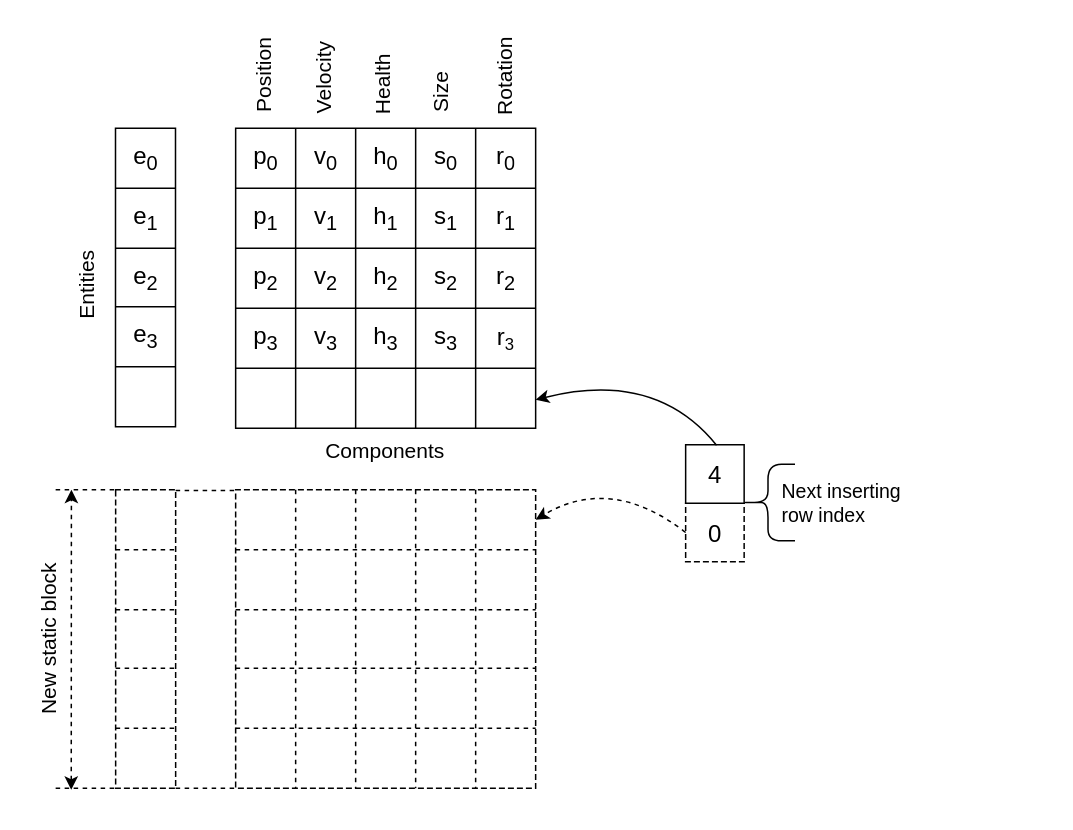
Above: docs/static.drawio in helioscout/moecs (draw.io), before the change. Source tidied: cells renumbered, new cells numbered last; positions are measured from the earlier drawing's top-left corner, leaving out a move shared by most shapes. Both pictures are drawn from the tidied source at 150%, with x=0, y=0 at pixel (-50, 48).
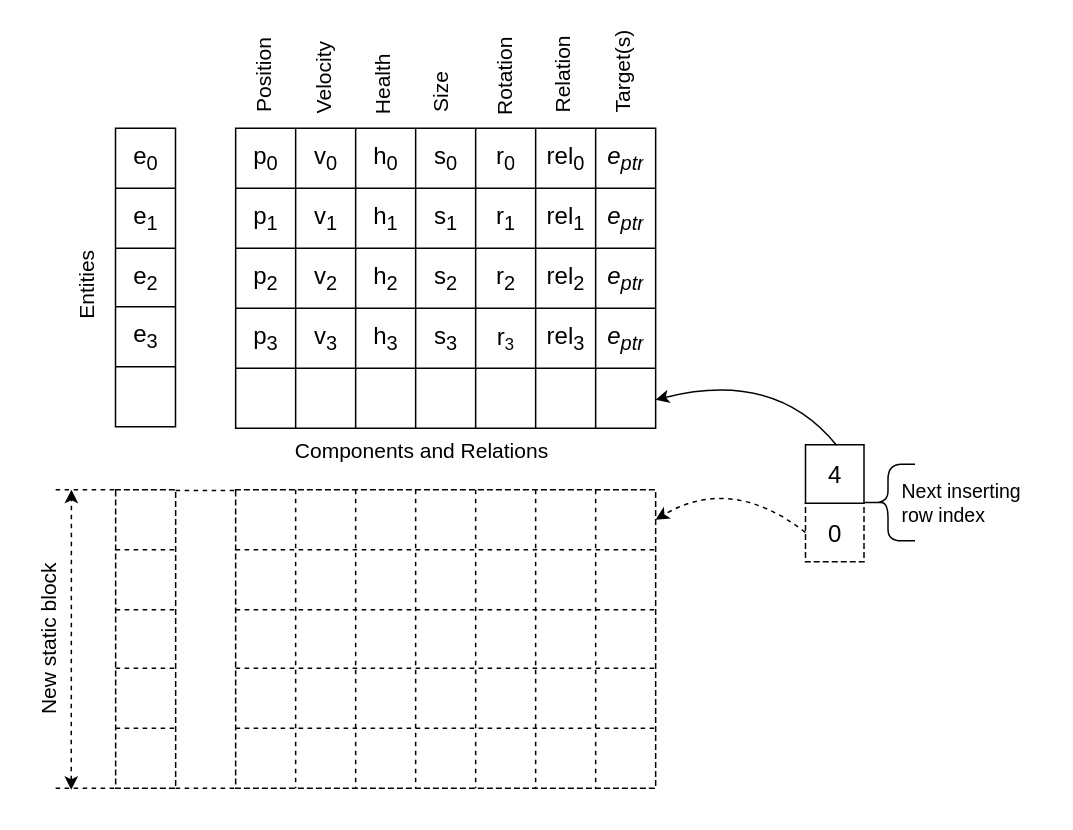
The same diagram, later.

Commit message (it also covers changes not shown here):
Memory diagrams updated to relations.

The change refers to these unchanged cells:
```xml
<mxCell id="100" style="shape=tableRow;horizontal=0;startSize=0;swimlaneHead=0;swimlaneBody=0;strokeColor=inherit;top=0;left=0;bottom=0;right=0;fillColor=none;points=[[0,0.5],[1,0.5]];portConstraint=eastwest;fontSize=16;" parent="99" vertex="1">
  <mxGeometry width="39" height="39" as="geometry" />
</mxCell>
```

Change to the diagram source:
```diff
@@
     <mxCell id="13" style="shape=table;startSize=0;childLayout=tableLayout;fontSize=16;" parent="1" vertex="1">
-      <mxGeometry x="189.6" y="53" width="200" height="200" as="geometry" />
+      <mxGeometry x="189.6" y="53" width="280" height="200" as="geometry" />
     </mxCell>
     <mxCell id="14" style="shape=tableRow;horizontal=0;startSize=0;swimlaneHead=0;swimlaneBody=0;strokeColor=inherit;top=0;left=0;bottom=0;right=0;fillColor=none;fontSize=16;" parent="13" vertex="1">
-      <mxGeometry width="200" height="40" as="geometry" />
+      <mxGeometry width="280" height="40" as="geometry" />
     </mxCell>
@@
+    <mxCell id="109" value="rel&lt;sub&gt;0&lt;/sub&gt;" style="shape=partialRectangle;html=1;whiteSpace=wrap;strokeColor=inherit;overflow=hidden;fillColor=none;top=0;left=0;bottom=0;right=0;fontSize=16;" parent="14" vertex="1">
+      <mxGeometry x="200" width="40" height="40" as="geometry" />
+    </mxCell>
+    <mxCell id="110" value="&lt;i&gt;e&lt;sub&gt;ptr&lt;/sub&gt;&lt;/i&gt;" style="shape=partialRectangle;html=1;whiteSpace=wrap;strokeColor=inherit;overflow=hidden;fillColor=none;top=0;left=0;bottom=0;right=0;fontSize=16;" parent="14" vertex="1">
+      <mxGeometry x="240" width="40" height="40" as="geometry" />
+    </mxCell>
     <mxCell id="20" style="shape=tableRow;horizontal=0;startSize=0;swimlaneHead=0;swimlaneBody=0;strokeColor=inherit;top=0;left=0;bottom=0;right=0;fillColor=none;fontSize=16;" parent="13" vertex="1">
-      <mxGeometry y="40" width="200" height="40" as="geometry" />
+      <mxGeometry y="40" width="280" height="40" as="geometry" />
     </mxCell>
@@
+    <mxCell id="111" value="rel&lt;sub&gt;1&lt;/sub&gt;" style="shape=partialRectangle;html=1;whiteSpace=wrap;strokeColor=inherit;overflow=hidden;fillColor=none;top=0;left=0;bottom=0;right=0;fontSize=16;" parent="20" vertex="1">
+      <mxGeometry x="200" width="40" height="40" as="geometry" />
+    </mxCell>
+    <mxCell id="112" value="&lt;i&gt;e&lt;sub&gt;ptr&lt;/sub&gt;&lt;/i&gt;" style="shape=partialRectangle;html=1;whiteSpace=wrap;strokeColor=inherit;overflow=hidden;fillColor=none;top=0;left=0;bottom=0;right=0;fontSize=16;" parent="20" vertex="1">
+      <mxGeometry x="240" width="40" height="40" as="geometry" />
+    </mxCell>
     <mxCell id="26" style="shape=tableRow;horizontal=0;startSize=0;swimlaneHead=0;swimlaneBody=0;strokeColor=inherit;top=0;left=0;bottom=0;right=0;fillColor=none;fontSize=16;" parent="13" vertex="1">
-      <mxGeometry y="80" width="200" height="40" as="geometry" />
+      <mxGeometry y="80" width="280" height="40" as="geometry" />
     </mxCell>
@@
+    <mxCell id="113" value="rel&lt;sub&gt;2&lt;/sub&gt;" style="shape=partialRectangle;html=1;whiteSpace=wrap;strokeColor=inherit;overflow=hidden;fillColor=none;top=0;left=0;bottom=0;right=0;fontSize=16;" parent="26" vertex="1">
+      <mxGeometry x="200" width="40" height="40" as="geometry" />
+    </mxCell>
+    <mxCell id="114" value="&lt;i&gt;e&lt;sub&gt;ptr&lt;/sub&gt;&lt;/i&gt;" style="shape=partialRectangle;html=1;whiteSpace=wrap;strokeColor=inherit;overflow=hidden;fillColor=none;top=0;left=0;bottom=0;right=0;fontSize=16;" parent="26" vertex="1">
+      <mxGeometry x="240" width="40" height="40" as="geometry" />
+    </mxCell>
     <mxCell id="32" style="shape=tableRow;horizontal=0;startSize=0;swimlaneHead=0;swimlaneBody=0;strokeColor=inherit;top=0;left=0;bottom=0;right=0;fillColor=none;fontSize=16;" parent="13" vertex="1">
-      <mxGeometry y="120" width="200" height="40" as="geometry" />
+      <mxGeometry y="120" width="280" height="40" as="geometry" />
     </mxCell>
@@
+    <mxCell id="115" value="rel&lt;sub&gt;3&lt;/sub&gt;" style="shape=partialRectangle;html=1;whiteSpace=wrap;strokeColor=inherit;overflow=hidden;fillColor=none;top=0;left=0;bottom=0;right=0;fontSize=16;" parent="32" vertex="1">
+      <mxGeometry x="200" width="40" height="40" as="geometry" />
+    </mxCell>
+    <mxCell id="116" value="&lt;i&gt;e&lt;sub&gt;ptr&lt;/sub&gt;&lt;/i&gt;" style="shape=partialRectangle;html=1;whiteSpace=wrap;strokeColor=inherit;overflow=hidden;fillColor=none;top=0;left=0;bottom=0;right=0;fontSize=16;" parent="32" vertex="1">
+      <mxGeometry x="240" width="40" height="40" as="geometry" />
+    </mxCell>
     <mxCell id="38" style="shape=tableRow;horizontal=0;startSize=0;swimlaneHead=0;swimlaneBody=0;strokeColor=inherit;top=0;left=0;bottom=0;right=0;fillColor=none;fontSize=16;" parent="13" vertex="1">
-      <mxGeometry y="160" width="200" height="40" as="geometry" />
+      <mxGeometry y="160" width="280" height="40" as="geometry" />
     </mxCell>
@@
+    <mxCell id="117" style="shape=partialRectangle;html=1;whiteSpace=wrap;strokeColor=inherit;overflow=hidden;fillColor=none;top=0;left=0;bottom=0;right=0;fontSize=16;" parent="38" vertex="1">
+      <mxGeometry x="200" width="40" height="40" as="geometry" />
+    </mxCell>
+    <mxCell id="118" style="shape=partialRectangle;html=1;whiteSpace=wrap;strokeColor=inherit;overflow=hidden;fillColor=none;top=0;left=0;bottom=0;right=0;fontSize=16;" parent="38" vertex="1">
+      <mxGeometry x="240" width="40" height="40" as="geometry" />
+    </mxCell>
@@
     <mxCell id="60" style="shape=table;startSize=0;childLayout=tableLayout;fontSize=16;dashed=1;" parent="1" vertex="1">
-      <mxGeometry x="189.6" y="294" width="200" height="199" as="geometry" />
+      <mxGeometry x="189.6" y="294" width="280" height="199" as="geometry" />
     </mxCell>
     <mxCell id="61" style="shape=tableRow;horizontal=0;startSize=0;swimlaneHead=0;swimlaneBody=0;strokeColor=inherit;top=0;left=0;bottom=0;right=0;fillColor=none;points=[[0,0.5],[1,0.5]];portConstraint=eastwest;fontSize=16;" parent="60" vertex="1">
-      <mxGeometry width="200" height="40" as="geometry" />
+      <mxGeometry width="280" height="40" as="geometry" />
     </mxCell>
@@
+    <mxCell id="119" style="shape=partialRectangle;html=1;whiteSpace=wrap;strokeColor=inherit;overflow=hidden;fillColor=none;top=0;left=0;bottom=0;right=0;fontSize=16;" parent="61" vertex="1">
+      <mxGeometry x="200" width="40" height="40" as="geometry" />
+    </mxCell>
+    <mxCell id="120" style="shape=partialRectangle;html=1;whiteSpace=wrap;strokeColor=inherit;overflow=hidden;fillColor=none;top=0;left=0;bottom=0;right=0;fontSize=16;" parent="61" vertex="1">
+      <mxGeometry x="240" width="40" height="40" as="geometry" />
+    </mxCell>
     <mxCell id="67" style="shape=tableRow;horizontal=0;startSize=0;swimlaneHead=0;swimlaneBody=0;strokeColor=inherit;top=0;left=0;bottom=0;right=0;fillColor=none;fontSize=16;" parent="60" vertex="1">
-      <mxGeometry y="40" width="200" height="40" as="geometry" />
+      <mxGeometry y="40" width="280" height="40" as="geometry" />
     </mxCell>
@@
+    <mxCell id="121" style="shape=partialRectangle;html=1;whiteSpace=wrap;strokeColor=inherit;overflow=hidden;fillColor=none;top=0;left=0;bottom=0;right=0;fontSize=16;" parent="67" vertex="1">
+      <mxGeometry x="200" width="40" height="40" as="geometry" />
+    </mxCell>
+    <mxCell id="122" style="shape=partialRectangle;html=1;whiteSpace=wrap;strokeColor=inherit;overflow=hidden;fillColor=none;top=0;left=0;bottom=0;right=0;fontSize=16;" parent="67" vertex="1">
+      <mxGeometry x="240" width="40" height="40" as="geometry" />
+    </mxCell>
     <mxCell id="73" style="shape=tableRow;horizontal=0;startSize=0;swimlaneHead=0;swimlaneBody=0;strokeColor=inherit;top=0;left=0;bottom=0;right=0;fillColor=none;fontSize=16;" parent="60" vertex="1">
-      <mxGeometry y="80" width="200" height="39" as="geometry" />
+      <mxGeometry y="80" width="280" height="39" as="geometry" />
     </mxCell>
@@
+    <mxCell id="123" style="shape=partialRectangle;html=1;whiteSpace=wrap;strokeColor=inherit;overflow=hidden;fillColor=none;top=0;left=0;bottom=0;right=0;fontSize=16;" parent="73" vertex="1">
+      <mxGeometry x="200" width="40" height="39" as="geometry" />
+    </mxCell>
+    <mxCell id="124" style="shape=partialRectangle;html=1;whiteSpace=wrap;strokeColor=inherit;overflow=hidden;fillColor=none;top=0;left=0;bottom=0;right=0;fontSize=16;" parent="73" vertex="1">
+      <mxGeometry x="240" width="40" height="39" as="geometry" />
+    </mxCell>
     <mxCell id="79" style="shape=tableRow;horizontal=0;startSize=0;swimlaneHead=0;swimlaneBody=0;strokeColor=inherit;top=0;left=0;bottom=0;right=0;fillColor=none;fontSize=16;" parent="60" vertex="1">
-      <mxGeometry y="119" width="200" height="40" as="geometry" />
+      <mxGeometry y="119" width="280" height="40" as="geometry" />
     </mxCell>
@@
+    <mxCell id="125" style="shape=partialRectangle;html=1;whiteSpace=wrap;strokeColor=inherit;overflow=hidden;fillColor=none;top=0;left=0;bottom=0;right=0;fontSize=16;" parent="79" vertex="1">
+      <mxGeometry x="200" width="40" height="40" as="geometry" />
+    </mxCell>
+    <mxCell id="126" style="shape=partialRectangle;html=1;whiteSpace=wrap;strokeColor=inherit;overflow=hidden;fillColor=none;top=0;left=0;bottom=0;right=0;fontSize=16;" parent="79" vertex="1">
+      <mxGeometry x="240" width="40" height="40" as="geometry" />
+    </mxCell>
     <mxCell id="85" style="shape=tableRow;horizontal=0;startSize=0;swimlaneHead=0;swimlaneBody=0;strokeColor=inherit;top=0;left=0;bottom=0;right=0;fillColor=none;fontSize=16;" parent="60" vertex="1">
-      <mxGeometry y="159" width="200" height="40" as="geometry" />
+      <mxGeometry y="159" width="280" height="40" as="geometry" />
     </mxCell>
@@
+    <mxCell id="127" style="shape=partialRectangle;html=1;whiteSpace=wrap;strokeColor=inherit;overflow=hidden;fillColor=none;top=0;left=0;bottom=0;right=0;fontSize=16;" parent="85" vertex="1">
+      <mxGeometry x="200" width="40" height="40" as="geometry" />
+    </mxCell>
+    <mxCell id="128" style="shape=partialRectangle;html=1;whiteSpace=wrap;strokeColor=inherit;overflow=hidden;fillColor=none;top=0;left=0;bottom=0;right=0;fontSize=16;" parent="85" vertex="1">
+      <mxGeometry x="240" width="40" height="40" as="geometry" />
+    </mxCell>
@@
-    <mxCell id="98" value="Components" style="text;html=1;whiteSpace=wrap;strokeColor=none;fillColor=none;align=center;verticalAlign=middle;rounded=0;fontSize=14;" parent="1" vertex="1">
-      <mxGeometry x="242.1" y="253" width="95" height="30" as="geometry" />
+    <mxCell id="98" value="Components and Relations" style="text;html=1;whiteSpace=wrap;strokeColor=none;fillColor=none;align=center;verticalAlign=middle;rounded=0;fontSize=14;" parent="1" vertex="1">
+      <mxGeometry x="200" y="253" width="227.9" height="30" as="geometry" />
     </mxCell>
     <mxCell id="99" style="shape=table;startSize=0;childLayout=tableLayout;fontSize=16;dashed=1;" parent="1" vertex="1">
-      <mxGeometry x="489.6" y="303" width="39" height="39" as="geometry" />
+      <mxGeometry x="569.5" y="303" width="39" height="39" as="geometry" />
     </mxCell>
@@
     <mxCell id="102" style="shape=table;startSize=0;childLayout=tableLayout;fontSize=16;" parent="1" vertex="1">
-      <mxGeometry x="489.6" y="264" width="39" height="39" as="geometry" />
+      <mxGeometry x="569.5" y="264" width="39" height="39" as="geometry" />
     </mxCell>
@@
     <mxCell id="105" style="curved=1;endArrow=classic;html=1;rounded=0;exitX=0.53;exitY=0.034;exitDx=0;exitDy=0;exitPerimeter=0;" parent="1" edge="1">
       <mxGeometry relative="1" as="geometry">
-        <mxPoint x="510.2" y="264.3" as="sourcePoint" />
-        <mxPoint x="389.6" y="234" as="targetPoint" />
+        <mxPoint x="590.2" y="264.3" as="sourcePoint" />
+        <mxPoint x="469.6" y="234" as="targetPoint" />
         <Array as="points">
-          <mxPoint x="469.6" y="214" />
+          <mxPoint x="549.5" y="214" />
         </Array>
       </mxGeometry>
     </mxCell>
-    <mxCell id="106" style="curved=1;endArrow=classic;html=1;rounded=0;exitX=0;exitY=0.5;exitDx=0;exitDy=0;dashed=1;entryX=1;entryY=0.5;entryDx=0;entryDy=0;" parent="1" edge="1" source="100" target="61">
+    <mxCell id="106" style="curved=1;endArrow=classic;html=1;rounded=0;exitX=0;exitY=0.5;exitDx=0;exitDy=0;dashed=1;entryX=1;entryY=0.5;entryDx=0;entryDy=0;" parent="1" edge="1" source="100">
       <mxGeometry relative="1" as="geometry">
+        <mxPoint x="469.5" y="314" as="targetPoint" />
         <Array as="points">
-          <mxPoint x="440" y="284" />
+          <mxPoint x="520" y="284" />
         </Array>
       </mxGeometry>
     </mxCell>
     <mxCell id="107" style="shape=curlyBracket;whiteSpace=wrap;html=1;rounded=1;labelPosition=left;verticalLabelPosition=middle;align=right;verticalAlign=middle;rotation=0;" parent="1" vertex="1">
-      <mxGeometry x="526.5" y="277" width="36" height="51" as="geometry" />
+      <mxGeometry x="606.5" y="277" width="36" height="51" as="geometry" />
     </mxCell>
     <mxCell id="108" value="&lt;font style=&quot;font-size: 13px;&quot;&gt;Next inserting row index&lt;/font&gt;" style="text;html=1;whiteSpace=wrap;strokeColor=none;fillColor=none;align=left;verticalAlign=middle;rounded=0;" parent="1" vertex="1">
-      <mxGeometry x="551.5" y="285" width="99" height="36" as="geometry" />
+      <mxGeometry x="631.5" y="285" width="99" height="36" as="geometry" />
     </mxCell>
+    <mxCell id="129" value="Relation" style="text;html=1;whiteSpace=wrap;strokeColor=none;fillColor=none;align=left;verticalAlign=middle;rounded=0;fontSize=14;rotation=-90;" parent="1" vertex="1">
+      <mxGeometry x="378" width="60" height="30" as="geometry" />
+    </mxCell>
+    <mxCell id="130" value="Target(s)" style="text;html=1;whiteSpace=wrap;strokeColor=none;fillColor=none;align=left;verticalAlign=middle;rounded=0;fontSize=14;rotation=-90;" parent="1" vertex="1">
+      <mxGeometry x="418" width="60" height="30" as="geometry" />
+    </mxCell>
```
